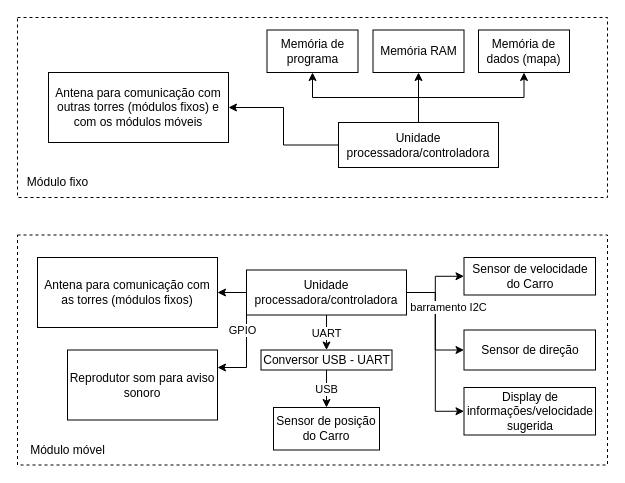
Before: projetos/descongestionator/diagramas/diagrama-estrutural.drawio in teaching-FEEC/ea075-2024.1, a draw.io diagram. Source tidied: cells renumbered, new cells numbered last; positions are measured from the earlier drawing's top-left corner, leaving out a move shared by most shapes. Both pictures are drawn from the tidied source at 100%, with x=0, y=0 at pixel (17, 17).
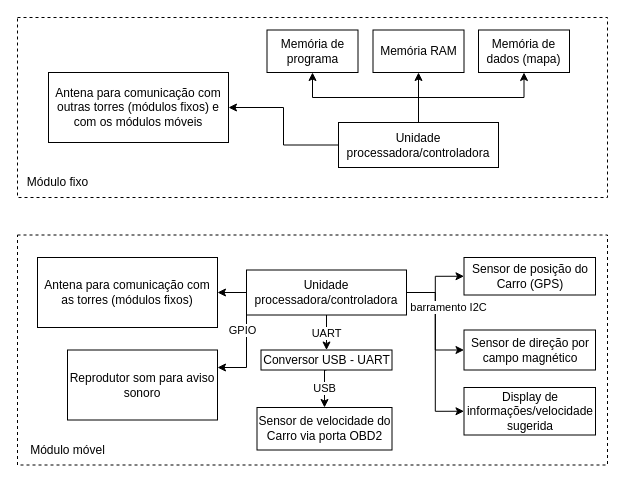
The same diagram, later.

Commit message:
correcao diagrama

The edit, as a diff of the source:
```diff
@@
-    <mxCell id="4" value="Sensor de velocidade do Carro" style="rounded=0;whiteSpace=wrap;html=1;" parent="1" vertex="1">
+    <mxCell id="4" value="Sensor de posição do Carro (GPS)" style="rounded=0;whiteSpace=wrap;html=1;" parent="1" vertex="1">
       <mxGeometry x="446.5" y="240" width="131.5" height="37.5" as="geometry" />
     </mxCell>
-    <mxCell id="5" value="Sensor de posição do Carro" style="rounded=0;whiteSpace=wrap;html=1;" parent="1" vertex="1">
-      <mxGeometry x="256" y="390" width="106" height="42.5" as="geometry" />
+    <mxCell id="5" value="Sensor de velocidade do Carro via porta OBD2" style="rounded=0;whiteSpace=wrap;html=1;" parent="1" vertex="1">
+      <mxGeometry x="239.5" y="390" width="135" height="42.5" as="geometry" />
     </mxCell>
@@
-    <mxCell id="28" value="Sensor de direção" style="rounded=0;whiteSpace=wrap;html=1;" parent="1" vertex="1">
+    <mxCell id="28" value="Sensor de direção por campo magnético" style="rounded=0;whiteSpace=wrap;html=1;" parent="1" vertex="1">
       <mxGeometry x="446.5" y="312.5" width="131.5" height="40" as="geometry" />
     </mxCell>
```
